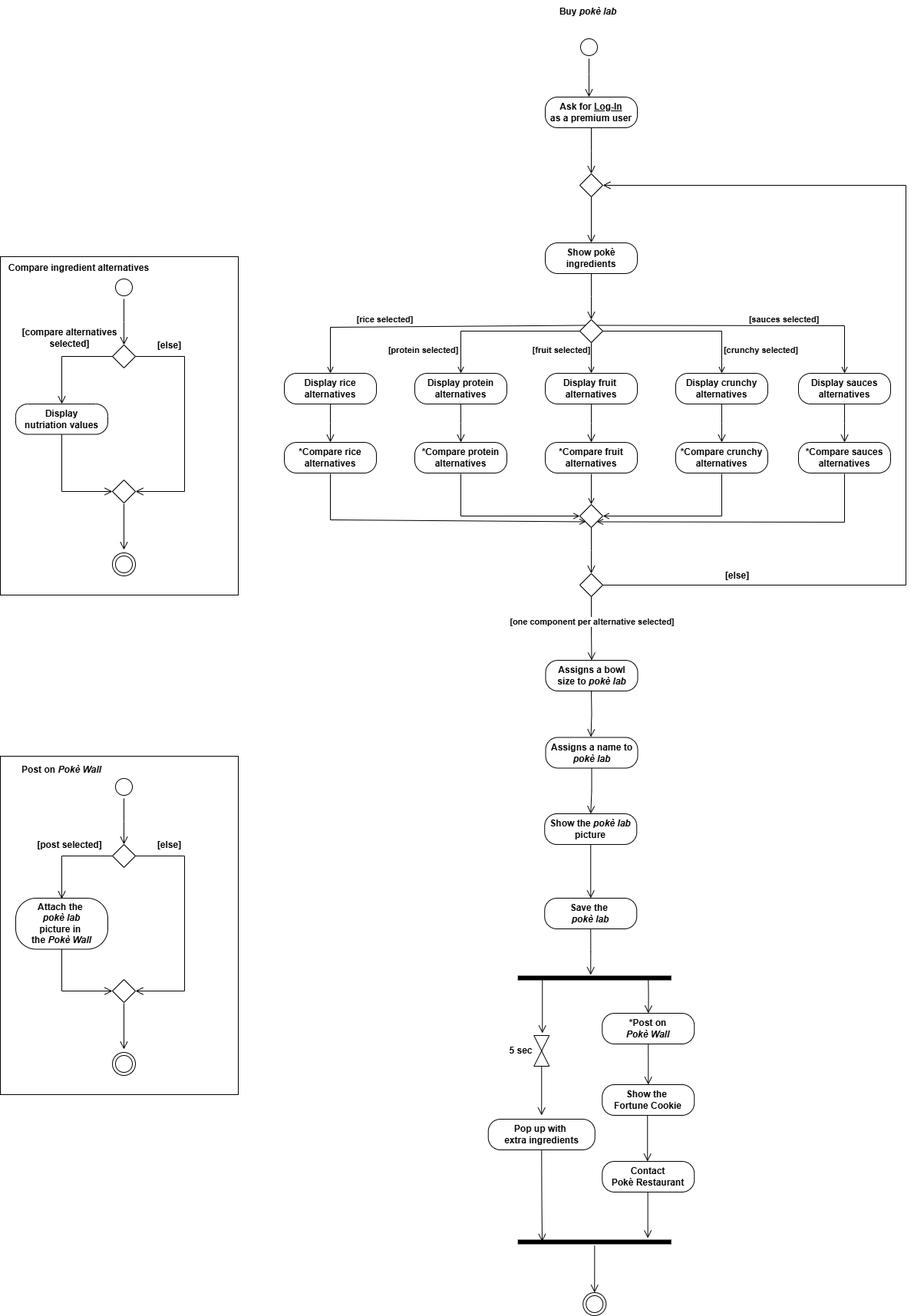
This is diagrams/ActivityDiagram.drawio.png from matteopinfildi/YourPoke-ISPWProject, a draw.io export, as it was before one commit. Source tidied: cells renumbered, new cells last; positions are measured from the earlier drawing's top-left corner, leaving out a move shared by most shapes.
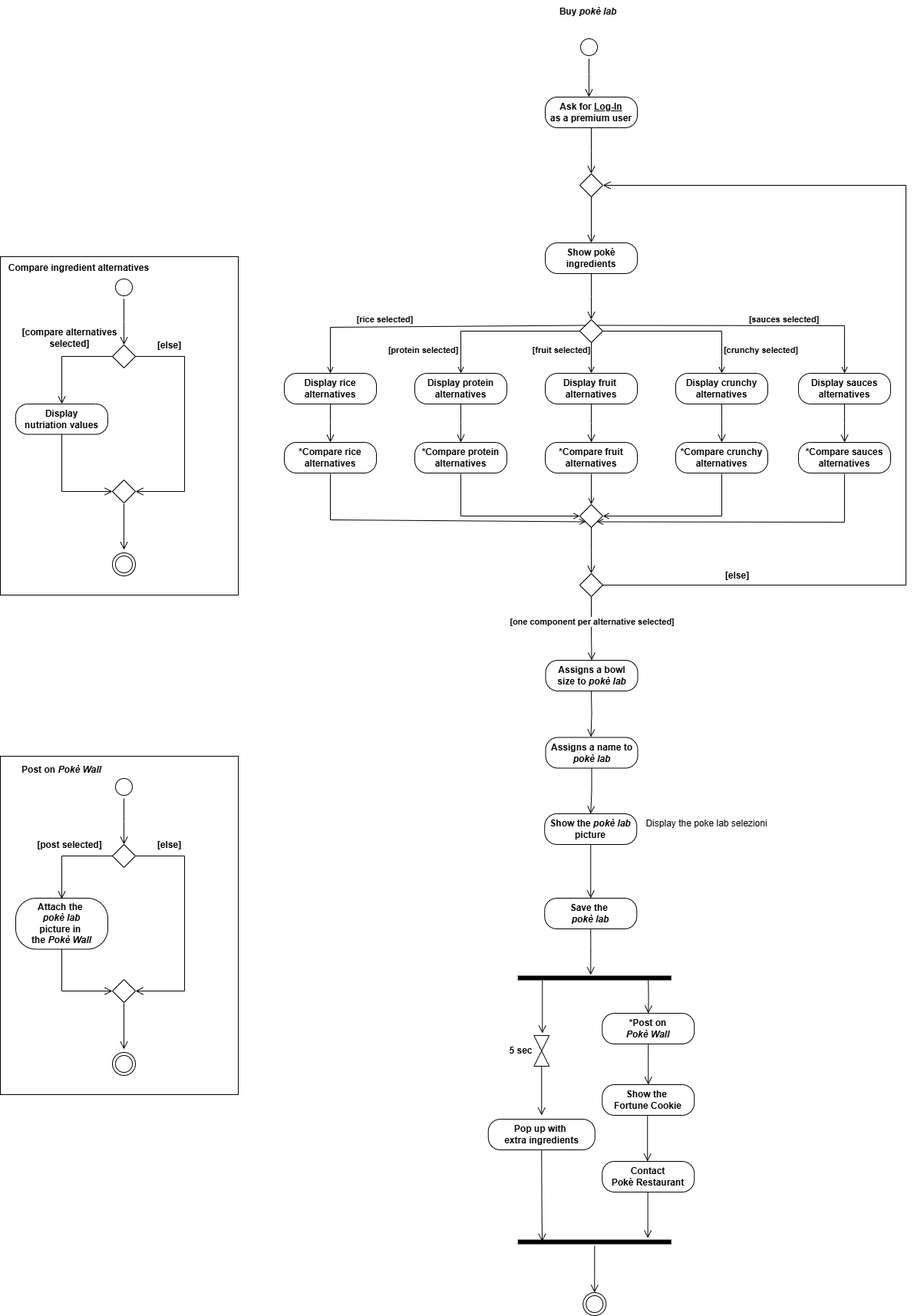
After the commit.

The edit, as a diff of the source:
```diff
@@ -431,5 +431,8 @@
         <mxPoint x="769.5" y="960" as="targetPoint" />
       </mxGeometry>
     </mxCell>
+    <mxCell id="96" value="Display the poke lab selezioni" style="text;html=1;align=center;verticalAlign=middle;strokeColor=none;fillColor=none;" parent="1" vertex="1">
+      <mxGeometry x="830" y="1058" width="180" height="30" as="geometry" />
+    </mxCell>
   </root>
 </mxGraphModel>
```
